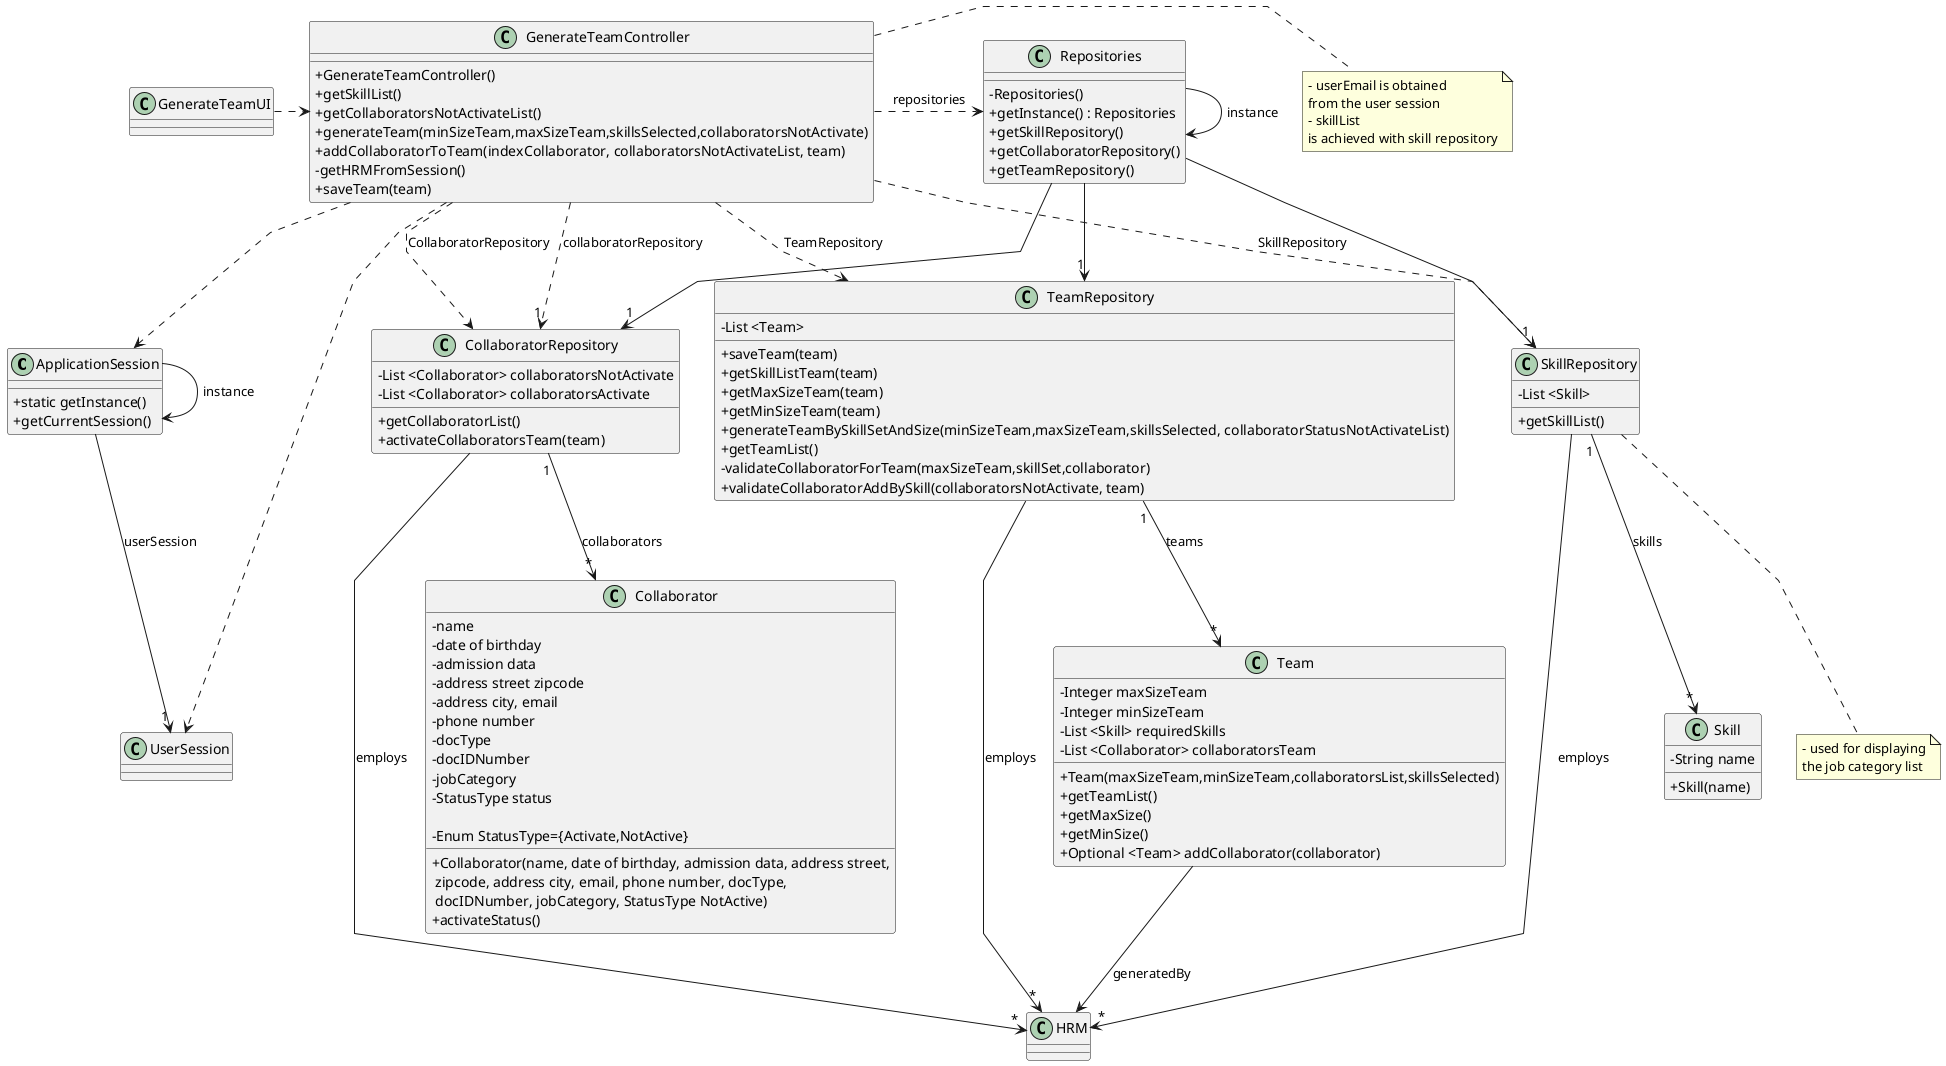
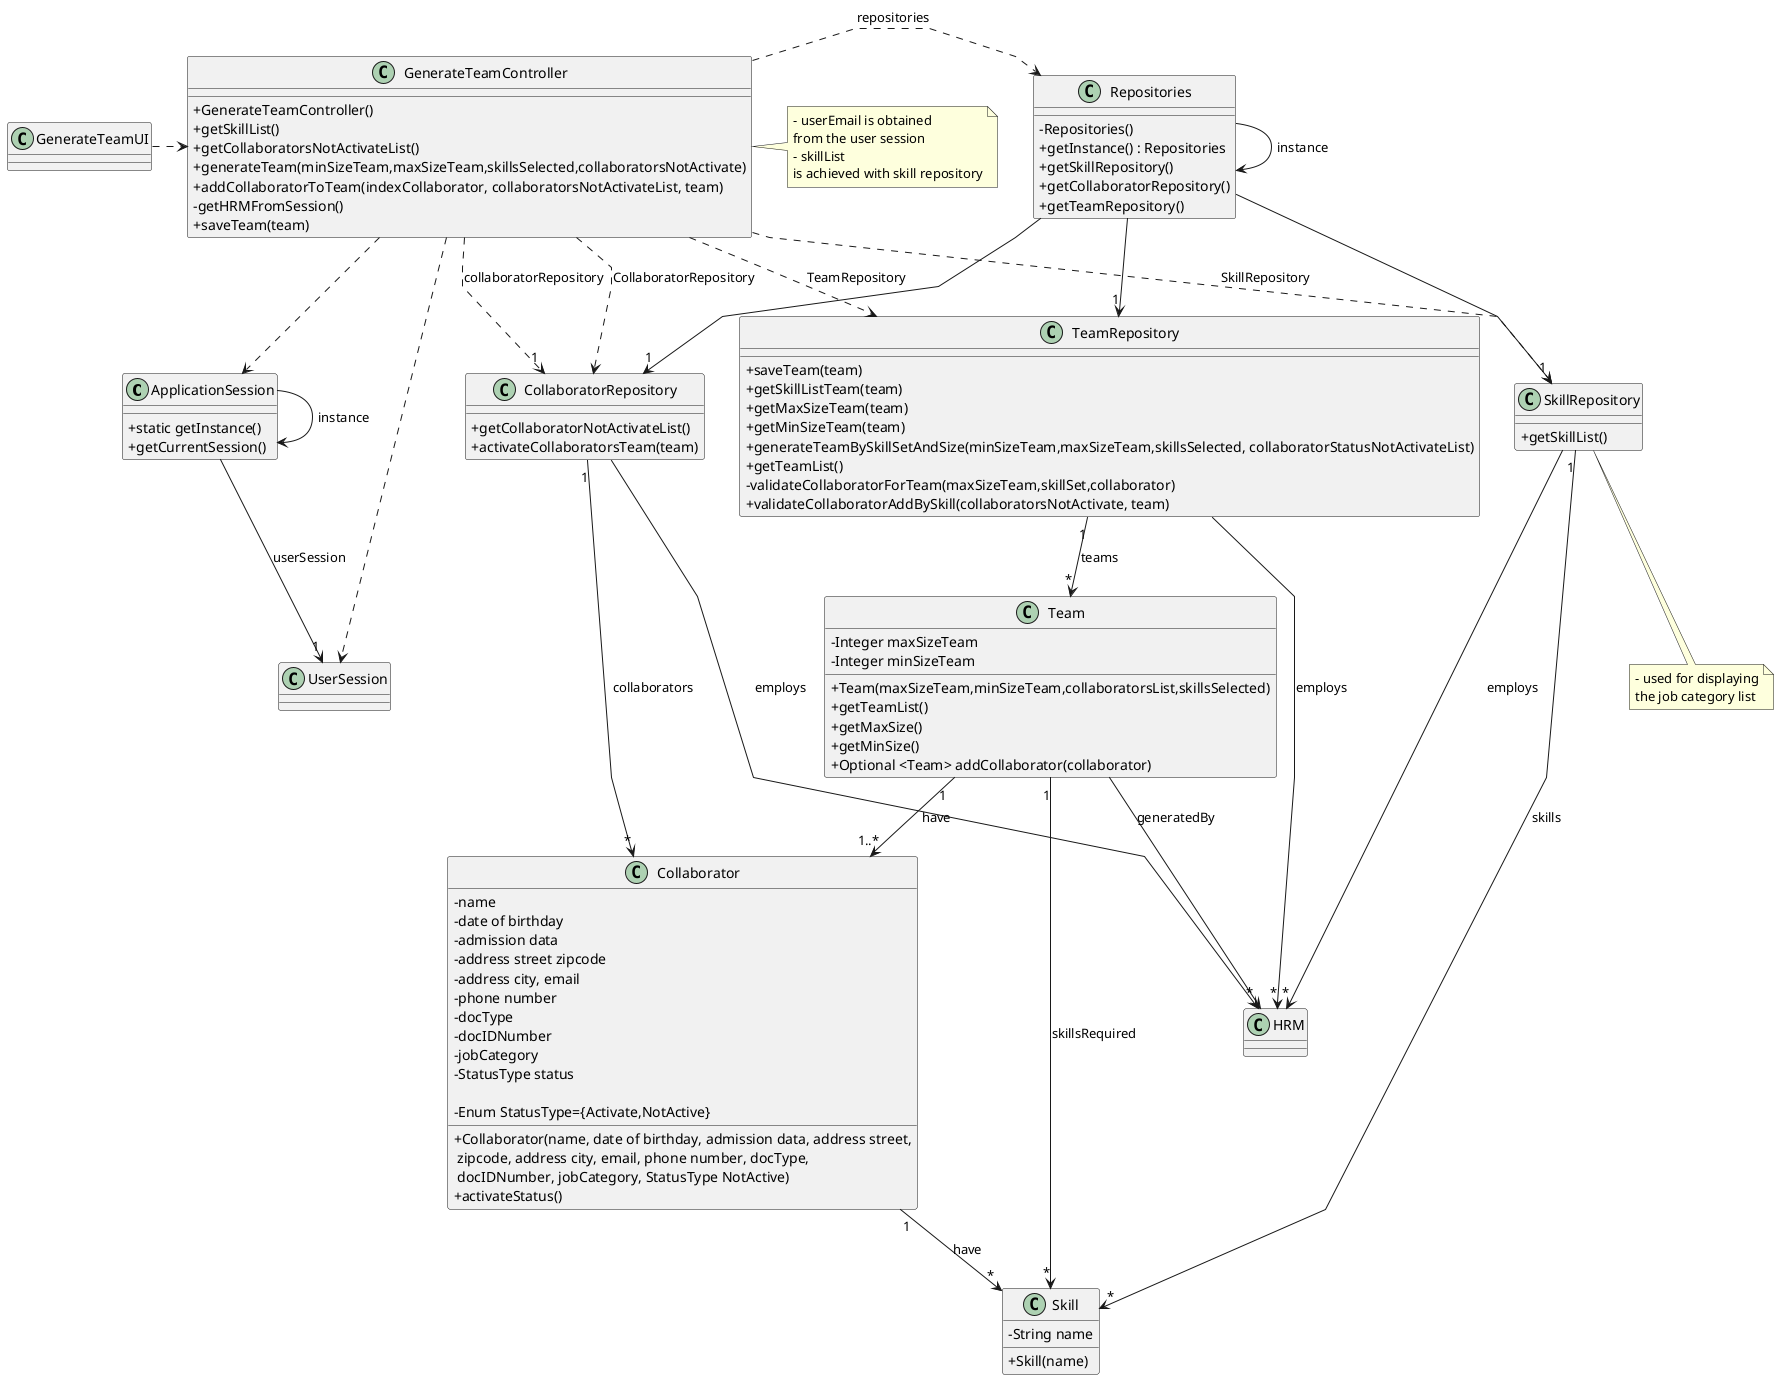
@startuml
'skinparam monochrome true
skinparam packageStyle rectangle
skinparam shadowing false
skinparam linetype polyline
'skinparam linetype orto

skinparam classAttributeIconSize 0

'left to right direction

class ApplicationSession{
    + static getInstance()
    + getCurrentSession()
}

class UserSession{
}

class HRM {
}

class Collaborator {
    - name
    - date of birthday
    - admission data
    - address street zipcode
    - address city, email
    - phone number
    - docType
    - docIDNumber
    - jobCategory
    - StatusType status

    - Enum StatusType={Activate,NotActive}

    + Collaborator(name, date of birthday, admission data, address street,\n zipcode, address city, email, phone number, docType,\n docIDNumber, jobCategory, StatusType NotActive)
    + activateStatus()
}

class Skill {
    - String name
    + Skill(name)
}

class CollaboratorRepository {
-     - List <Collaborator> collaboratorsNotActivate
-     - List <Collaborator> collaboratorsActivate
-     + getCollaboratorList()
+     + getCollaboratorNotActivateList()
    + activateCollaboratorsTeam(team)
}

class TeamRepository {
-     - List <Team>
    + saveTeam(team)
    + getSkillListTeam(team)
    + getMaxSizeTeam(team)
    + getMinSizeTeam(team)
    + generateTeamBySkillSetAndSize(minSizeTeam,maxSizeTeam,skillsSelected, collaboratorStatusNotActivateList)
    + getTeamList()
    - validateCollaboratorForTeam(maxSizeTeam,skillSet,collaborator)
    + validateCollaboratorAddBySkill(collaboratorsNotActivate, team)
}


class Team{
    -Integer maxSizeTeam
    -Integer minSizeTeam
-     -List <Skill> requiredSkills
-     -List <Collaborator> collaboratorsTeam
    + Team(maxSizeTeam,minSizeTeam,collaboratorsList,skillsSelected)
    + getTeamList()
    + getMaxSize()
    + getMinSize()
    + Optional <Team> addCollaborator(collaborator)
}


class Repositories {
    - Repositories()
    + getInstance() : Repositories
    + getSkillRepository()
    + getCollaboratorRepository()
    + getTeamRepository()
}

class GenerateTeamController {
    + GenerateTeamController()
    + getSkillList()
    + getCollaboratorsNotActivateList()
    + generateTeam(minSizeTeam,maxSizeTeam,skillsSelected,collaboratorsNotActivate)
    + addCollaboratorToTeam(indexCollaborator, collaboratorsNotActivateList, team)
    - getHRMFromSession()
    + saveTeam(team)
}

class SkillRepository{
-     - List <Skill>
    + getSkillList()
}

note right of GenerateTeamController
    - userEmail is obtained
    from the user session
    - skillList
    is achieved with skill repository
end note

note bottom of SkillRepository
    - used for displaying
    the job category list
end note

class GenerateTeamUI {
}

Repositories -> Repositories : instance
ApplicationSession -> ApplicationSession : instance

GenerateTeamUI .> GenerateTeamController

GenerateTeamController .> Repositories : repositories

Repositories --> "1" CollaboratorRepository
Repositories --> "1" SkillRepository
Repositories --> "1" TeamRepository

GenerateTeamController ..> CollaboratorRepository : CollaboratorRepository
GenerateTeamController ..> SkillRepository : SkillRepository
GenerateTeamController ..> TeamRepository : TeamRepository


GenerateTeamController ..> "1" CollaboratorRepository : collaboratorRepository
GenerateTeamController ..> ApplicationSession
GenerateTeamController ..> UserSession

CollaboratorRepository "1" --> "*" Collaborator : collaborators
TeamRepository "1" --> "*" Team : teams
SkillRepository "1" --> "*" Skill : skills

Team --> HRM : generatedBy
+ Team "1" --> "1..*" Collaborator : have
+ Team "1" --> "*" Skill : skillsRequired
+ Collaborator "1" --> "*" Skill : have

ApplicationSession --> "1" UserSession : userSession

TeamRepository --> "*" HRM : employs
SkillRepository --> "*" HRM : employs
CollaboratorRepository --> "*" HRM : employs


@enduml